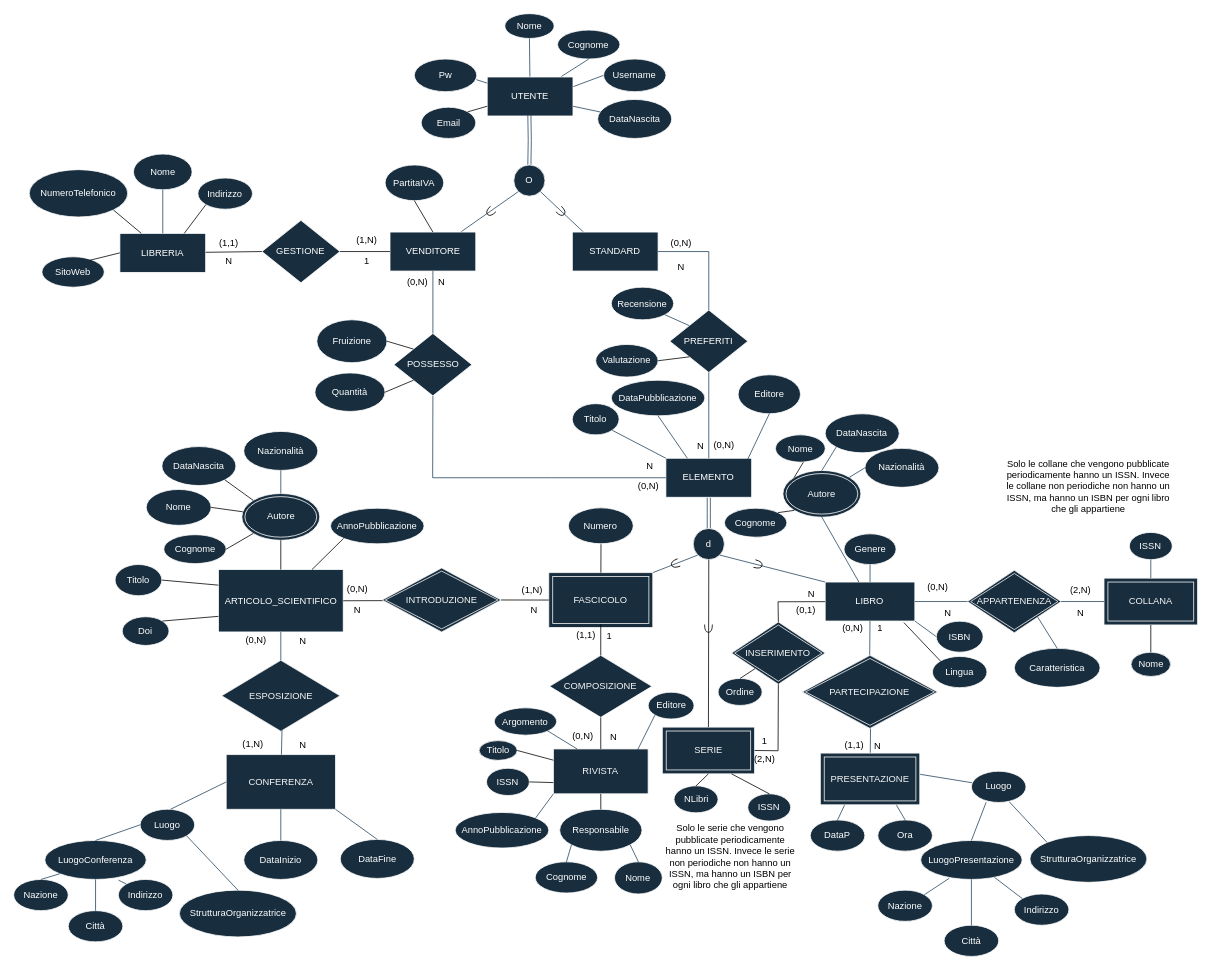
Before: DiagrammaER v1.3.1.drawio in Giovk/Sistema-di-una-Bibleoteca-Digitale, a draw.io diagram. Source tidied: cells renumbered, new cells numbered last; positions are measured from the earlier drawing's top-left corner, leaving out a move shared by most shapes. Both pictures are drawn from the tidied source at 78%, with x=0, y=0 at pixel (13, 13).
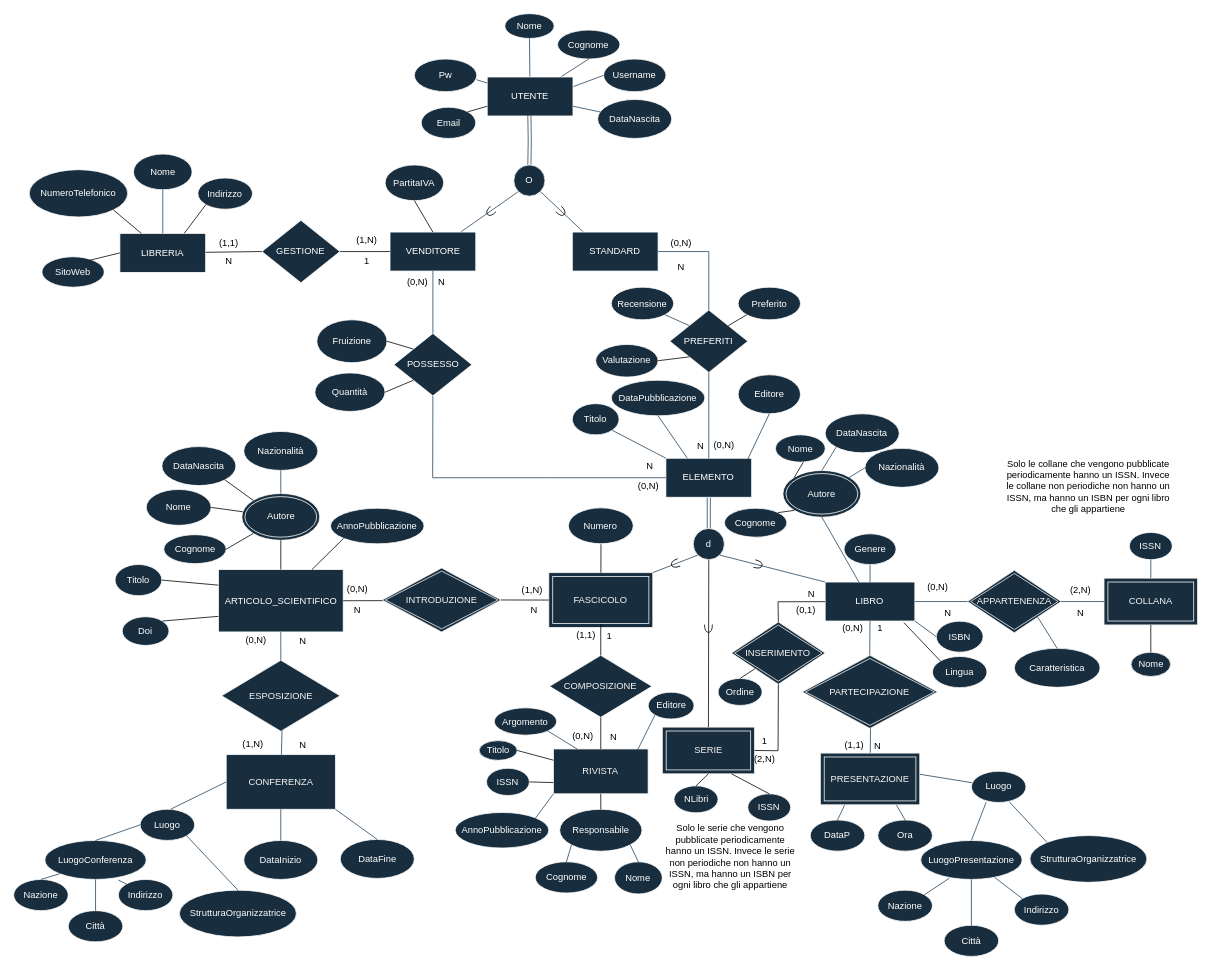
The same page after the edit.

The change refers to these unchanged cells:
```xml
<mxCell id="86" value="PREFERITI" style="rhombus;whiteSpace=wrap;html=1;fillColor=#182E3E;strokeColor=#FFFFFF;fontColor=#FFFFFF;" parent="1" vertex="1">
  <mxGeometry x="841.2" y="380" width="100" height="80" as="geometry" />
</mxCell>
```

Change to the diagram source:
```diff
@@
+    <mxCell id="224" value="Preferito" style="ellipse;whiteSpace=wrap;html=1;fillColor=#182E3E;strokeColor=#FFFFFF;fontColor=#FFFFFF;" parent="1" vertex="1">
+      <mxGeometry x="928.8" y="350.7" width="80" height="41.8" as="geometry" />
+    </mxCell>
+    <mxCell id="225" style="endArrow=none;html=1;rounded=0;entryX=0;entryY=1;entryDx=0;entryDy=0;exitX=1;exitY=0;exitDx=0;exitDy=0;" parent="1" edge="1" source="86" target="224">
+      <mxGeometry relative="1" as="geometry" />
+    </mxCell>
```
